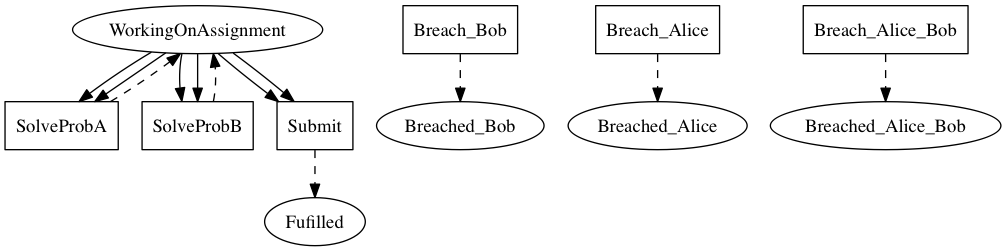
The Graphviz diagram linear_state_machine_language/pyL4/examples/out_graphviz/toy_and_teaching/partner_assignment_relievable_obligations.png in Marcao02/complaw-deeptech, before a commit. Its source is kept beside it as linear_state_machine_language/pyL4/examples/out_graphviz/toy_and_teaching/partner_assignment_relievable_obligations.dot.
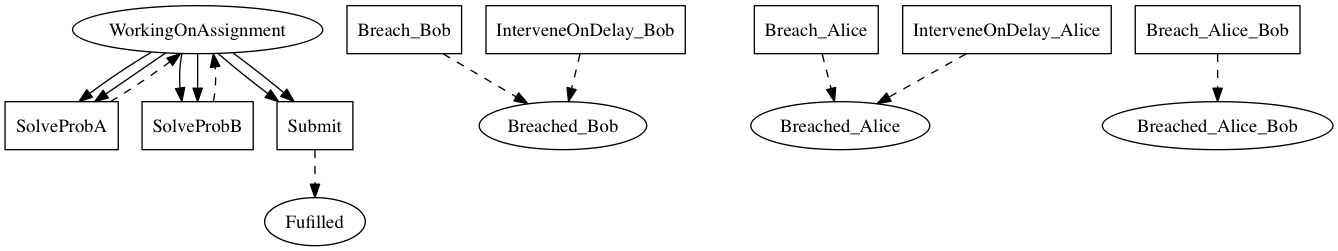
The same file after the commit.

Change to the diagram source:
```diff
@@ -12,7 +12,9 @@
 	Submit[label=Submit,shape=box];
 	Breach_Bob[label=Breach_Bob,shape=box];
 	Breach_Alice[label=Breach_Alice,shape=box];
-	Breach_Alice_Bob[label=Breach_Alice_Bob,shape=box]
+	Breach_Alice_Bob[label=Breach_Alice_Bob,shape=box];
+	InterveneOnDelay_Alice[label=InterveneOnDelay_Alice,shape=box];
+	InterveneOnDelay_Bob[label=InterveneOnDelay_Bob,shape=box]
 
 
 
@@ -29,6 +31,8 @@
 	Breach_Bob -> Breached_Bob [style=dashed];
 	Breach_Alice -> Breached_Alice [style=dashed];
 	Breach_Alice_Bob -> Breached_Alice_Bob [style=dashed];
+	InterveneOnDelay_Alice -> Breached_Alice [style=dashed];
+	InterveneOnDelay_Bob -> Breached_Bob [style=dashed];
 
 
 
```
